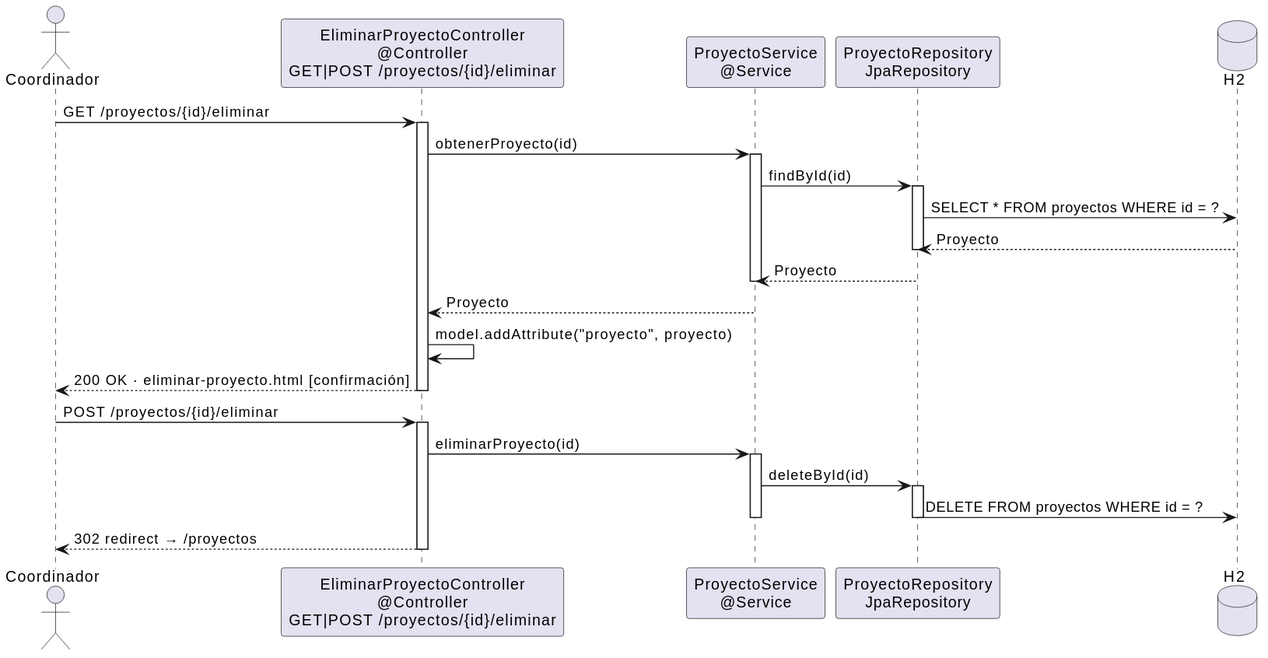
This is images/diseño/eliminarProyecto-diseño.svg from 31Diego/25-26-idsw2-sdVC, a PlantUML export, as it was before one commit.
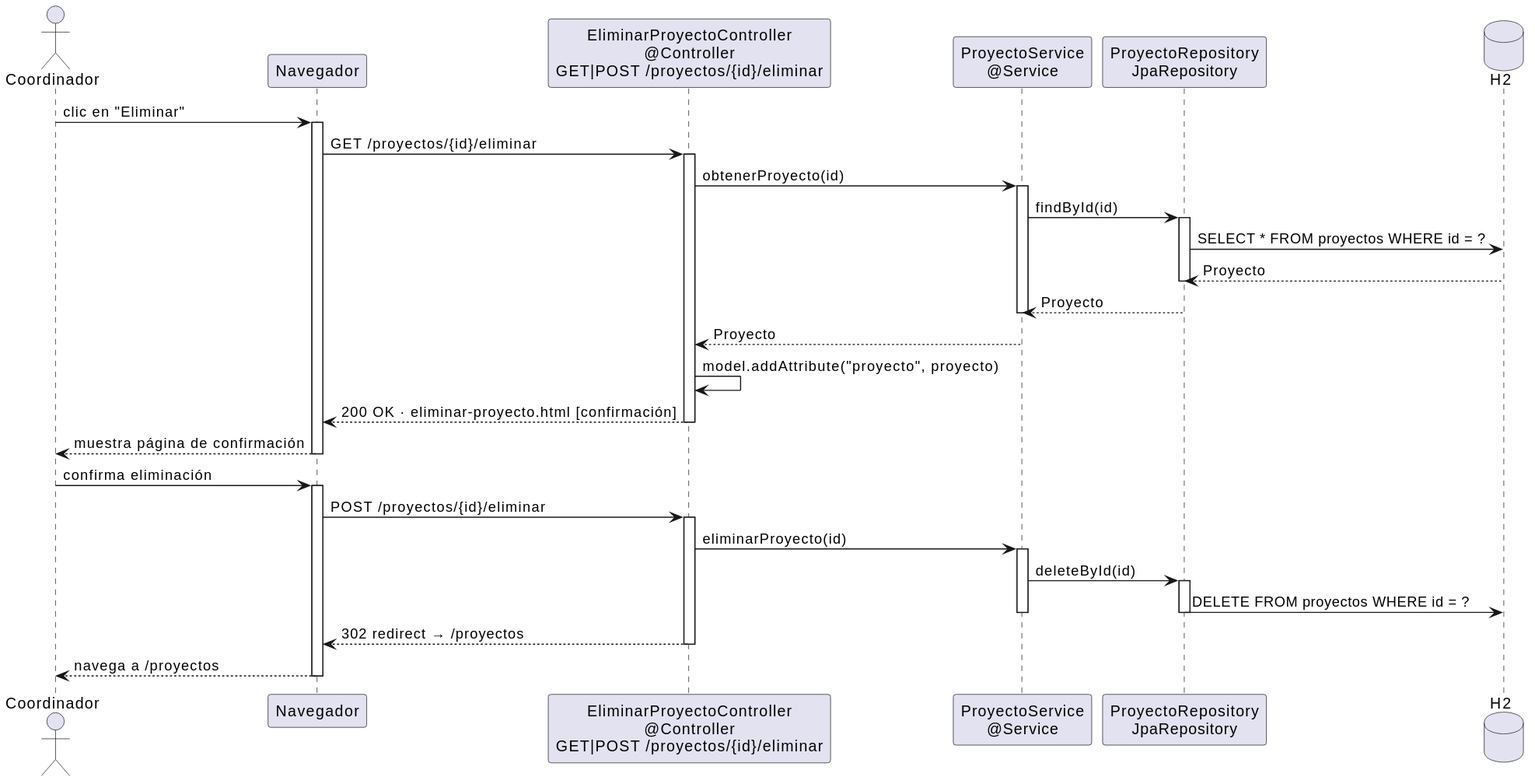
The same diagram one commit later.

Commit message:
fix: corregir diagramas de secuencia de diseño — añadir navegador antes de la petición HTTP

Change to the diagram source:
```diff
@@ -2,12 +2,15 @@
 skinparam linetype ortho
 
 actor "Coordinador" as Coord
+participant "Navegador" as Nav
 participant "EliminarProyectoController\n@Controller\nGET|POST /proyectos/{id}/eliminar" as Ctrl
 participant "ProyectoService\n@Service" as Service
 participant "ProyectoRepository\nJpaRepository" as Repo
 database "H2" as DB
 
-Coord -> Ctrl : GET /proyectos/{id}/eliminar
+Coord -> Nav : clic en "Eliminar"
+activate Nav
+Nav -> Ctrl : GET /proyectos/{id}/eliminar
 activate Ctrl
 Ctrl -> Service : obtenerProyecto(id)
 activate Service
@@ -20,10 +23,14 @@
 deactivate Service
 Service --> Ctrl : Proyecto
 Ctrl -> Ctrl : model.addAttribute("proyecto", proyecto)
-Ctrl --> Coord : 200 OK · eliminar-proyecto.html [confirmación]
+Ctrl --> Nav : 200 OK · eliminar-proyecto.html [confirmación]
 deactivate Ctrl
+Nav --> Coord : muestra página de confirmación
+deactivate Nav
 
-Coord -> Ctrl : POST /proyectos/{id}/eliminar
+Coord -> Nav : confirma eliminación
+activate Nav
+Nav -> Ctrl : POST /proyectos/{id}/eliminar
 activate Ctrl
 
 Ctrl -> Service : eliminarProyecto(id)
@@ -34,6 +41,8 @@
 deactivate Repo
 deactivate Service
 
-Ctrl --> Coord : 302 redirect → /proyectos
+Ctrl --> Nav : 302 redirect → /proyectos
 deactivate Ctrl
+Nav --> Coord : navega a /proyectos
+deactivate Nav
 @enduml
```
